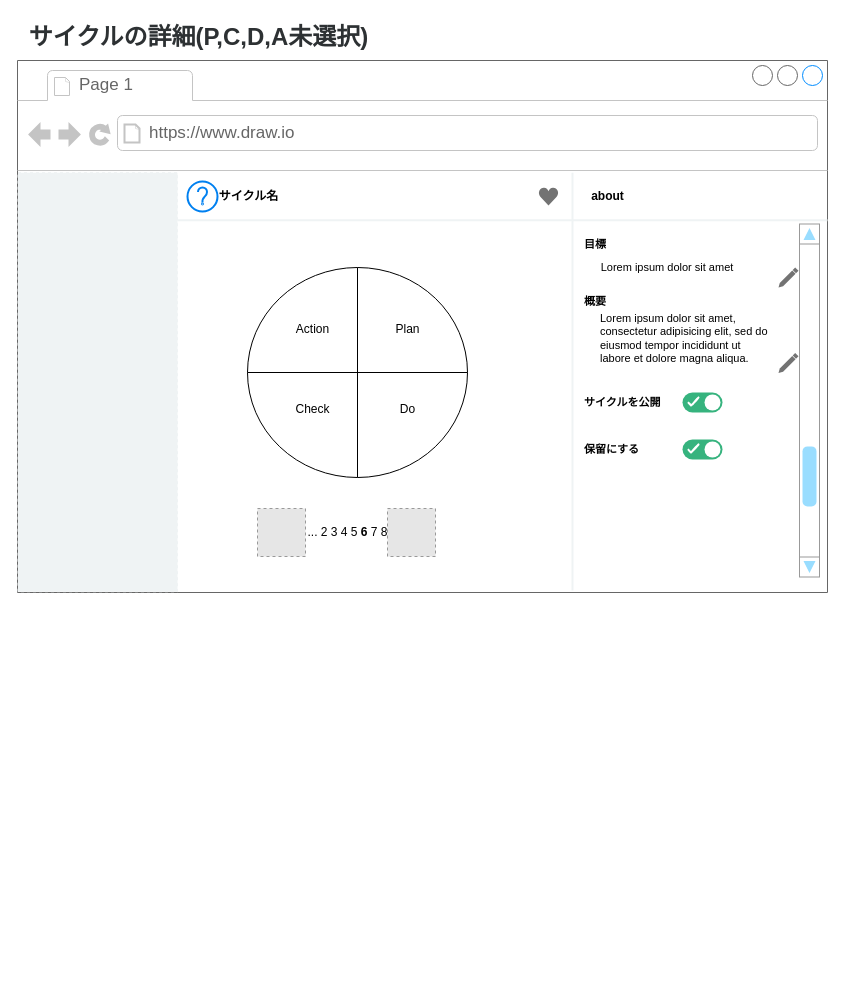
Before: page "画面設計(サイクル詳細)" (8 of 10) of ER.drawio in katkatprog/drowio, a draw.io diagram. Source tidied: cells renumbered, new cells numbered last; positions are measured from the earlier drawing's top-left corner, leaving out a move shared by most shapes. Both pictures are drawn from the tidied source at 100%, with x=0, y=0 at pixel (17, 17). Pictures stored in the file or linked from it are replaced by grey dashed boxes.
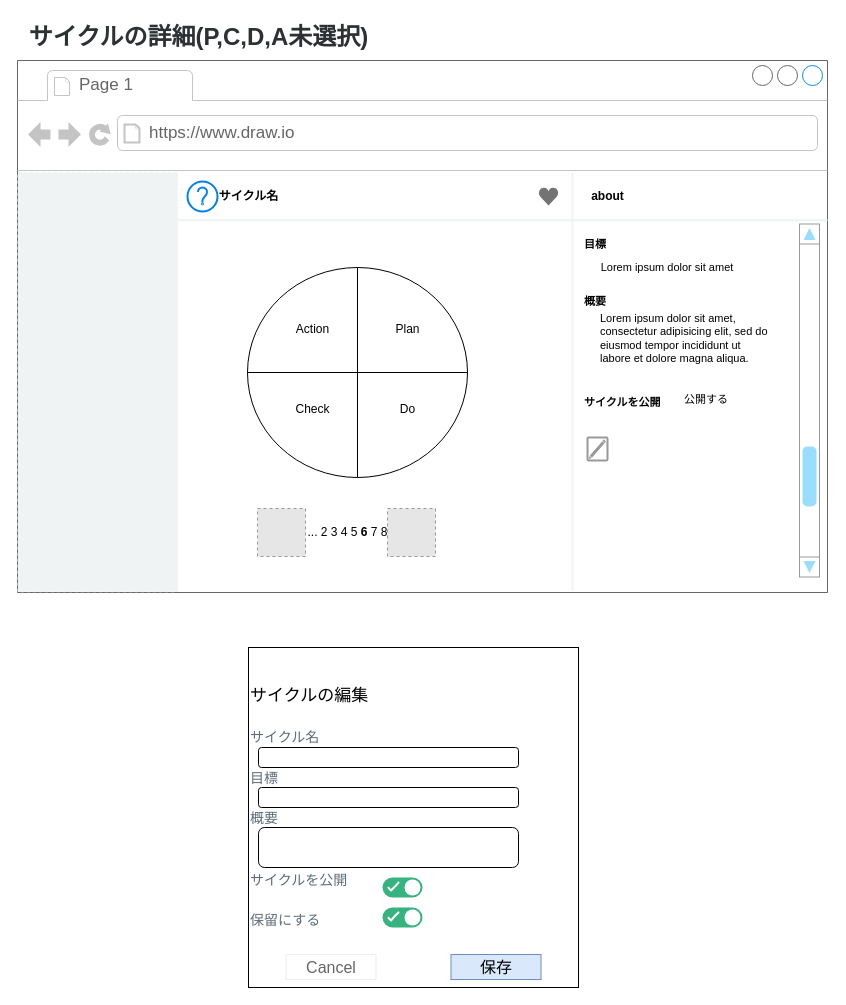
The same page after the edit.

The change refers to these unchanged cells:
```xml
<mxCell id="2" style="strokeWidth=1;shadow=0;dashed=0;align=center;html=1;shape=mxgraph.mockup.containers.browserWindow;rSize=0;strokeColor=#666666;strokeColor2=#008cff;strokeColor3=#c4c4c4;mainText=,;labelBackgroundColor=none;labelBorderColor=none;fillStyle=auto;fontSize=9;fontColor=default;fillColor=#FFFFFF;" parent="1" vertex="1">
  <mxGeometry y="43" width="810" height="532" as="geometry" />
</mxCell>
```

Diff of the diagram source:
```diff
@@
-    <mxCell id="25" style="fillColor=#36B37E;strokeColor=none;rounded=1;arcSize=50;sketch=0;hachureGap=4;fontFamily=Architects Daughter;fontSize=20;" parent="2" vertex="1">
-      <mxGeometry x="665" y="332" width="40" height="20" as="geometry" />
-    </mxCell>
-    <mxCell id="26" style="shape=ellipse;strokeColor=none;fillColor=#ffffff;sketch=0;hachureGap=4;fontFamily=Architects Daughter;fontSize=20;" parent="25" vertex="1">
-      <mxGeometry x="1" y="0.5" width="16" height="16" relative="1" as="geometry">
-        <mxPoint x="-18" y="-8" as="offset" />
-      </mxGeometry>
-    </mxCell>
-    <mxCell id="27" style="html=1;shadow=0;dashed=0;shape=mxgraph.atlassian.check;strokeColor=#ffffff;strokeWidth=2;sketch=1;hachureGap=4;fontFamily=Architects Daughter;fontSize=20;" parent="25" vertex="1">
-      <mxGeometry y="0.5" width="10" height="8" relative="1" as="geometry">
-        <mxPoint x="6" y="-5" as="offset" />
-      </mxGeometry>
-    </mxCell>
-    <mxCell id="28" value="&lt;b&gt;保留にする&lt;/b&gt;" style="text;html=1;align=left;verticalAlign=middle;fillColor=none;strokeColor=none;rounded=0;labelBackgroundColor=none;labelBorderColor=none;fillStyle=auto;strokeWidth=1;fontColor=default;fontStyle=0;fontSize=11;" parent="2" vertex="1">
-      <mxGeometry x="565" y="374" width="80" height="30" as="geometry" />
-    </mxCell>
-    <mxCell id="29" style="fillColor=#36B37E;strokeColor=none;rounded=1;arcSize=50;sketch=0;hachureGap=4;fontFamily=Architects Daughter;fontSize=20;" parent="2" vertex="1">
-      <mxGeometry x="665" y="379" width="40" height="20" as="geometry" />
-    </mxCell>
-    <mxCell id="30" style="shape=ellipse;strokeColor=none;fillColor=#ffffff;sketch=0;hachureGap=4;fontFamily=Architects Daughter;fontSize=20;" parent="29" vertex="1">
-      <mxGeometry x="1" y="0.5" width="16" height="16" relative="1" as="geometry">
-        <mxPoint x="-18" y="-8" as="offset" />
-      </mxGeometry>
-    </mxCell>
-    <mxCell id="31" style="html=1;shadow=0;dashed=0;shape=mxgraph.atlassian.check;strokeColor=#ffffff;strokeWidth=2;sketch=1;hachureGap=4;fontFamily=Architects Daughter;fontSize=20;" parent="29" vertex="1">
-      <mxGeometry y="0.5" width="10" height="8" relative="1" as="geometry">
-        <mxPoint x="6" y="-5" as="offset" />
-      </mxGeometry>
-    </mxCell>
-    <mxCell id="32" style="dashed=0;verticalLabelPosition=bottom;verticalAlign=top;align=center;shape=mxgraph.gmdl.edit;strokeColor=none;fillColor=#737373;shadow=0;sketch=0;fontSize=11;" parent="2" vertex="1">
-      <mxGeometry x="761" y="207" width="20" height="20" as="geometry" />
-    </mxCell>
-    <mxCell id="33" style="dashed=0;verticalLabelPosition=bottom;verticalAlign=top;align=center;shape=mxgraph.gmdl.edit;strokeColor=none;fillColor=#737373;shadow=0;sketch=0;fontSize=11;" parent="2" vertex="1">
-      <mxGeometry x="761" y="292.5" width="20" height="20" as="geometry" />
-    </mxCell>
+    <mxCell id="36" value="&lt;span style=&quot;&quot;&gt;公開する&lt;/span&gt;" style="text;html=1;strokeColor=none;fillColor=none;align=left;verticalAlign=middle;whiteSpace=wrap;rounded=0;fontSize=11;" parent="2" vertex="1">
+      <mxGeometry x="665" y="327" width="81" height="24" as="geometry" />
+    </mxCell>
+    <mxCell id="37" style="strokeColor=#999999;verticalLabelPosition=bottom;shadow=0;dashed=0;verticalAlign=top;strokeWidth=2;html=1;shape=mxgraph.mockup.misc.editIcon;fontSize=14;fontColor=#5C6C79;" parent="2" vertex="1">
+      <mxGeometry x="570" y="377" width="20" height="23" as="geometry" />
+    </mxCell>
@@
+    <mxCell id="38" value="サイクルの編集&lt;br&gt;&lt;font color=&quot;#5c6c79&quot; style=&quot;font-size: 14px;&quot;&gt;&lt;br&gt;サイクル名&lt;br&gt;&lt;br&gt;目標&lt;br&gt;&lt;br&gt;概要&lt;br&gt;&lt;br&gt;&lt;br&gt;サイクルを公開&lt;br&gt;&lt;br&gt;保留にする&lt;/font&gt;" style="strokeWidth=1;shadow=0;dashed=0;align=left;html=1;shape=mxgraph.mockup.containers.rrect;rSize=0;fontSize=17;verticalAlign=top;whiteSpace=wrap;spacingTop=32;glass=0;labelBackgroundColor=none;labelBorderColor=none;fillStyle=auto;" parent="1" vertex="1">
+      <mxGeometry x="231" y="630" width="330" height="340" as="geometry" />
+    </mxCell>
+    <mxCell id="39" value="Cancel" style="strokeWidth=1;shadow=0;dashed=0;align=center;html=1;shape=mxgraph.mockup.containers.rrect;rSize=0;fontSize=16;fontColor=#666666;strokeColor=#c4c4c4;whiteSpace=wrap;fillColor=none;glass=0;labelBackgroundColor=none;labelBorderColor=none;fillStyle=auto;opacity=30;" parent="38" vertex="1">
+      <mxGeometry x="0.25" y="1" width="90" height="25" relative="1" as="geometry">
+        <mxPoint x="-45" y="-33" as="offset" />
+      </mxGeometry>
+    </mxCell>
+    <mxCell id="40" value="保存" style="strokeWidth=1;shadow=0;dashed=0;align=center;html=1;shape=mxgraph.mockup.containers.rrect;rSize=0;fontSize=16;strokeColor=#6c8ebf;whiteSpace=wrap;fillColor=#dae8fc;glass=0;labelBackgroundColor=none;labelBorderColor=none;fillStyle=auto;" parent="38" vertex="1">
+      <mxGeometry x="0.75" y="1" width="90" height="25" relative="1" as="geometry">
+        <mxPoint x="-45" y="-33" as="offset" />
+      </mxGeometry>
+    </mxCell>
+    <mxCell id="41" style="rounded=1;whiteSpace=wrap;html=1;fontSize=14;fontColor=#5C6C79;" parent="38" vertex="1">
+      <mxGeometry x="10" y="100" width="260" height="20" as="geometry" />
+    </mxCell>
+    <mxCell id="42" style="rounded=1;whiteSpace=wrap;html=1;fontSize=14;fontColor=#5C6C79;" parent="38" vertex="1">
+      <mxGeometry x="10" y="140" width="260" height="20" as="geometry" />
+    </mxCell>
+    <mxCell id="43" style="rounded=1;whiteSpace=wrap;html=1;fontSize=14;fontColor=#5C6C79;" parent="38" vertex="1">
+      <mxGeometry x="10" y="180" width="260" height="40" as="geometry" />
+    </mxCell>
+    <mxCell id="44" style="fillColor=#36B37E;strokeColor=none;rounded=1;arcSize=50;sketch=0;hachureGap=4;fontFamily=Architects Daughter;fontSize=20;" parent="38" vertex="1">
+      <mxGeometry x="134" y="260" width="40" height="20" as="geometry" />
+    </mxCell>
+    <mxCell id="45" style="shape=ellipse;strokeColor=none;fillColor=#ffffff;sketch=0;hachureGap=4;fontFamily=Architects Daughter;fontSize=20;" parent="44" vertex="1">
+      <mxGeometry x="1" y="0.5" width="16" height="16" relative="1" as="geometry">
+        <mxPoint x="-18" y="-8" as="offset" />
+      </mxGeometry>
+    </mxCell>
+    <mxCell id="46" style="html=1;shadow=0;dashed=0;shape=mxgraph.atlassian.check;strokeColor=#ffffff;strokeWidth=2;sketch=1;hachureGap=4;fontFamily=Architects Daughter;fontSize=20;" parent="44" vertex="1">
+      <mxGeometry y="0.5" width="10" height="8" relative="1" as="geometry">
+        <mxPoint x="6" y="-5" as="offset" />
+      </mxGeometry>
+    </mxCell>
+    <mxCell id="47" style="fillColor=#36B37E;strokeColor=none;rounded=1;arcSize=50;sketch=0;hachureGap=4;fontFamily=Architects Daughter;fontSize=20;" parent="38" vertex="1">
+      <mxGeometry x="134" y="230" width="40" height="20" as="geometry" />
+    </mxCell>
+    <mxCell id="48" style="shape=ellipse;strokeColor=none;fillColor=#ffffff;sketch=0;hachureGap=4;fontFamily=Architects Daughter;fontSize=20;" parent="47" vertex="1">
+      <mxGeometry x="1" y="0.5" width="16" height="16" relative="1" as="geometry">
+        <mxPoint x="-18" y="-8" as="offset" />
+      </mxGeometry>
+    </mxCell>
+    <mxCell id="49" style="html=1;shadow=0;dashed=0;shape=mxgraph.atlassian.check;strokeColor=#ffffff;strokeWidth=2;sketch=1;hachureGap=4;fontFamily=Architects Daughter;fontSize=20;" parent="47" vertex="1">
+      <mxGeometry y="0.5" width="10" height="8" relative="1" as="geometry">
+        <mxPoint x="6" y="-5" as="offset" />
+      </mxGeometry>
+    </mxCell>
```
